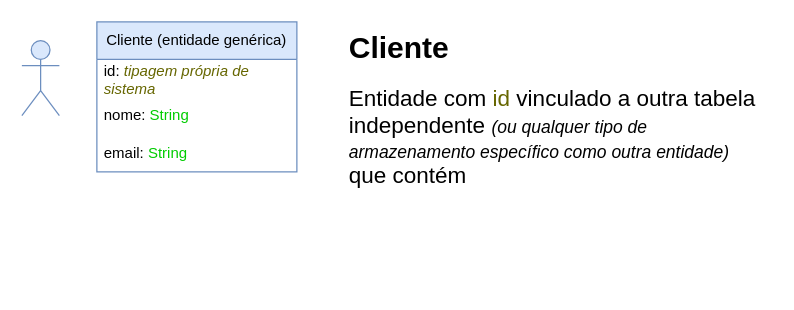
Creath-Noite-A/Agendamento-Documentacao keeps this draw.io diagram as page "Cliente" (2 of 3) of documentação/ideias/diagrama_entidade_cliente.drawio. Above is the earlier version. Source tidied: cells renumbered, new cells numbered last; positions are measured from the earlier drawing's top-left corner, leaving out a move shared by most shapes. Both pictures are drawn from the tidied source at 125%, with x=0, y=0 at pixel (21, 21).
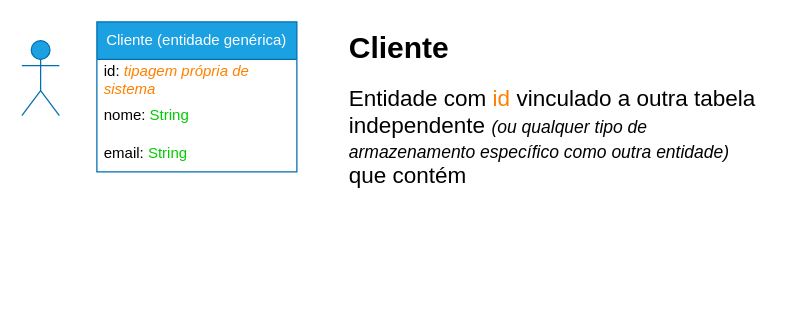
After the change.

The edit, as a diff of the source:
```diff
@@
 <mxGraphModel>
   <root>
     <mxCell id="0" />
     <mxCell id="1" parent="0" />
-    <mxCell id="2" value="Cliente (entidade genérica)" style="swimlane;fontStyle=0;horizontal=1;startSize=30;whiteSpace=wrap;html=1;fillColor=#dae8fc;strokeColor=#6c8ebf;" parent="1" vertex="1">
+    <mxCell id="2" value="Cliente (entidade genérica)" style="swimlane;fontStyle=0;horizontal=1;startSize=30;whiteSpace=wrap;html=1;fillColor=#1ba1e2;strokeColor=#006EAF;fontColor=#ffffff;" parent="1" vertex="1">
       <mxGeometry x="60" width="160" height="120" as="geometry" />
     </mxCell>
-    <mxCell id="3" value="id: &lt;font color=&quot;#666600&quot; style=&quot;&quot;&gt;&lt;i&gt;tipagem própria de sistema&lt;/i&gt;&lt;/font&gt;" style="text;strokeColor=none;fillColor=none;align=left;verticalAlign=middle;spacingLeft=4;spacingRight=4;overflow=hidden;whiteSpace=wrap;html=1;" parent="2" vertex="1">
+    <mxCell id="3" value="id: &lt;i style=&quot;&quot;&gt;&lt;font color=&quot;#ff8000&quot;&gt;tipagem própria de sistema&lt;/font&gt;&lt;/i&gt;" style="text;strokeColor=none;fillColor=none;align=left;verticalAlign=middle;spacingLeft=4;spacingRight=4;overflow=hidden;whiteSpace=wrap;html=1;" parent="2" vertex="1">
       <mxGeometry y="30" width="160" height="30" as="geometry" />
     </mxCell>
     <mxCell id="4" value="nome: &lt;font color=&quot;#00cc00&quot;&gt;String&lt;/font&gt;" style="text;strokeColor=none;fillColor=none;align=left;verticalAlign=middle;spacingLeft=4;spacingRight=4;overflow=hidden;whiteSpace=wrap;html=1;" parent="2" vertex="1">
       <mxGeometry y="60" width="160" height="30" as="geometry" />
     </mxCell>
     <mxCell id="5" value="email: &lt;font color=&quot;#00cc00&quot;&gt;String&lt;/font&gt;" style="text;strokeColor=none;fillColor=none;align=left;verticalAlign=middle;spacingLeft=4;spacingRight=4;overflow=hidden;whiteSpace=wrap;html=1;" parent="2" vertex="1">
       <mxGeometry y="90" width="160" height="30" as="geometry" />
     </mxCell>
-    <mxCell id="6" value="&lt;h1 style=&quot;margin-top: 0px;&quot;&gt;&lt;span style=&quot;background-color: initial;&quot;&gt;&lt;font style=&quot;font-size: 24px;&quot;&gt;Cliente&lt;/font&gt;&lt;/span&gt;&lt;/h1&gt;&lt;div style=&quot;&quot;&gt;&lt;font style=&quot;font-size: 18px;&quot;&gt;Entidade com&amp;nbsp;&lt;font style=&quot;font-size: 18px;&quot; color=&quot;#666600&quot;&gt;id&lt;/font&gt;&amp;nbsp;vinculado a outra tabela independente&amp;nbsp;&lt;/font&gt;&lt;font style=&quot;font-size: 14px;&quot;&gt;&lt;i&gt;(ou qualquer tipo de armazenamento específico como outra entidade)&lt;/i&gt;&lt;/font&gt;&lt;font style=&quot;font-size: 15px;&quot;&gt; &lt;/font&gt;&lt;font style=&quot;font-size: 18px;&quot;&gt;que contém&lt;/font&gt;&lt;/div&gt;" style="text;html=1;whiteSpace=wrap;overflow=hidden;rounded=0;" parent="1" vertex="1">
+    <mxCell id="6" value="&lt;h1 style=&quot;margin-top: 0px;&quot;&gt;&lt;span style=&quot;background-color: initial;&quot;&gt;&lt;font style=&quot;font-size: 24px;&quot;&gt;Cliente&lt;/font&gt;&lt;/span&gt;&lt;/h1&gt;&lt;div style=&quot;&quot;&gt;&lt;font style=&quot;font-size: 18px;&quot;&gt;Entidade com&amp;nbsp;&lt;font color=&quot;#ff8000&quot;&gt;&lt;font style=&quot;font-size: 18px;&quot;&gt;id&lt;/font&gt;&amp;nbsp;&lt;/font&gt;vinculado a outra tabela independente&amp;nbsp;&lt;/font&gt;&lt;font style=&quot;font-size: 14px;&quot;&gt;&lt;i&gt;(ou qualquer tipo de armazenamento específico como outra entidade)&lt;/i&gt;&lt;/font&gt;&lt;font style=&quot;font-size: 15px;&quot;&gt; &lt;/font&gt;&lt;font style=&quot;font-size: 18px;&quot;&gt;que contém&lt;/font&gt;&lt;/div&gt;" style="text;html=1;whiteSpace=wrap;overflow=hidden;rounded=0;" parent="1" vertex="1">
       <mxGeometry x="260" width="340" height="210" as="geometry" />
     </mxCell>
-    <mxCell id="7" style="shape=umlActor;verticalLabelPosition=bottom;verticalAlign=top;html=1;fillColor=#dae8fc;strokeColor=#6c8ebf;" parent="1" vertex="1">
+    <mxCell id="7" style="shape=umlActor;verticalLabelPosition=bottom;verticalAlign=top;html=1;fillColor=#1ba1e2;strokeColor=#006EAF;fontColor=#ffffff;" parent="1" vertex="1">
       <mxGeometry y="15" width="30" height="60" as="geometry" />
     </mxCell>
   </root>
 </mxGraphModel>
```
